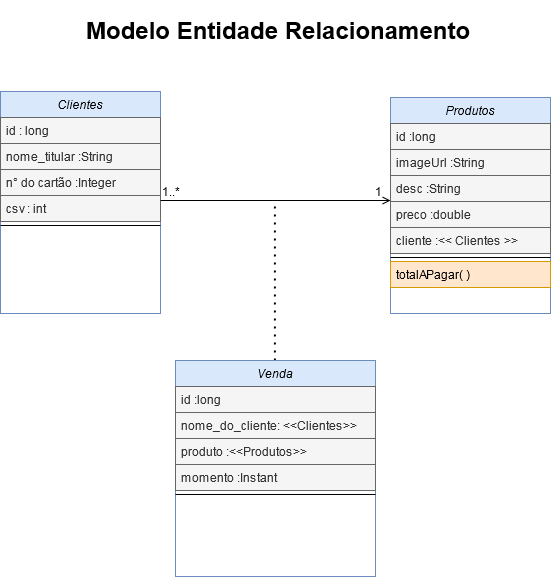
This is arquitetura e projeto/arquitetura/MER/diagrama de classes uml.png from Leozin89python/store-engine-project, a draw.io export, as it was before one commit. Source tidied: cells renumbered, new cells last; positions are measured from the earlier drawing's top-left corner, leaving out a move shared by most shapes. Source of this version:
```xml
<mxGraphModel>
  <root>
    <mxCell id="0" />
    <mxCell id="1" parent="0" />
    <mxCell id="2" value="Clientes" style="swimlane;fontStyle=2;align=center;verticalAlign=top;horizontal=1;startSize=26;rounded=0;shadow=0;strokeWidth=1;fillColor=#dae8fc;strokeColor=#6c8ebf;" parent="1" vertex="1">
      <mxGeometry y="211" width="160" height="222" as="geometry" />
    </mxCell>
    <mxCell id="3" value="id : long" style="text;align=left;verticalAlign=top;spacingLeft=4;spacingRight=4;overflow=hidden;fillColor=#f5f5f5;strokeColor=#666666;fontColor=#333333;" parent="2" vertex="1">
      <mxGeometry y="26" width="160" height="26" as="geometry" />
    </mxCell>
    <mxCell id="4" value="nome_titular :String" style="text;align=left;verticalAlign=top;spacingLeft=4;spacingRight=4;overflow=hidden;rounded=0;shadow=0;html=0;fillColor=#f5f5f5;strokeColor=#666666;fontColor=#333333;" parent="2" vertex="1">
      <mxGeometry y="52" width="160" height="26" as="geometry" />
    </mxCell>
    <mxCell id="5" value="n° do cartão :Integer" style="text;align=left;verticalAlign=top;spacingLeft=4;spacingRight=4;overflow=hidden;rounded=0;shadow=0;html=0;fillColor=#f5f5f5;strokeColor=#666666;fontColor=#333333;" parent="2" vertex="1">
      <mxGeometry y="78" width="160" height="26" as="geometry" />
    </mxCell>
    <mxCell id="6" value="csv : int" style="text;align=left;verticalAlign=top;spacingLeft=4;spacingRight=4;overflow=hidden;rounded=0;shadow=0;html=0;fillColor=#f5f5f5;strokeColor=#666666;fontColor=#333333;" parent="2" vertex="1">
      <mxGeometry y="104" width="160" height="26" as="geometry" />
    </mxCell>
    <mxCell id="7" style="line;html=1;strokeWidth=1;align=left;verticalAlign=middle;spacingTop=-1;spacingLeft=3;spacingRight=3;labelPosition=right;" parent="2" vertex="1">
      <mxGeometry y="130" width="160" height="8" as="geometry" />
    </mxCell>
    <mxCell id="8" value="Produtos" style="swimlane;fontStyle=2;align=center;verticalAlign=top;horizontal=1;startSize=26;rounded=0;shadow=0;strokeWidth=1;fillColor=#dae8fc;strokeColor=#6c8ebf;" parent="1" vertex="1">
      <mxGeometry x="390" y="217" width="160" height="216" as="geometry" />
    </mxCell>
    <mxCell id="9" value="id :long" style="text;align=left;verticalAlign=top;spacingLeft=4;spacingRight=4;overflow=hidden;fillColor=#f5f5f5;strokeColor=#666666;fontColor=#333333;" parent="8" vertex="1">
      <mxGeometry y="26" width="160" height="26" as="geometry" />
    </mxCell>
    <mxCell id="10" value="imageUrl :String" style="text;align=left;verticalAlign=top;spacingLeft=4;spacingRight=4;overflow=hidden;rounded=0;shadow=0;html=0;fillColor=#f5f5f5;strokeColor=#666666;fontColor=#333333;" parent="8" vertex="1">
      <mxGeometry y="52" width="160" height="26" as="geometry" />
    </mxCell>
    <mxCell id="11" value="desc :String" style="text;align=left;verticalAlign=top;spacingLeft=4;spacingRight=4;overflow=hidden;rounded=0;shadow=0;html=0;fillColor=#f5f5f5;strokeColor=#666666;fontColor=#333333;" parent="8" vertex="1">
      <mxGeometry y="78" width="160" height="26" as="geometry" />
    </mxCell>
    <mxCell id="12" value="preco :double" style="text;align=left;verticalAlign=top;spacingLeft=4;spacingRight=4;overflow=hidden;rounded=0;shadow=0;html=0;fillColor=#f5f5f5;strokeColor=#666666;fontColor=#333333;" parent="8" vertex="1">
      <mxGeometry y="104" width="160" height="26" as="geometry" />
    </mxCell>
    <mxCell id="13" value="cliente :&lt;&lt; Clientes &gt;&gt;" style="text;align=left;verticalAlign=top;spacingLeft=4;spacingRight=4;overflow=hidden;rounded=0;shadow=0;html=0;fillColor=#f5f5f5;strokeColor=#666666;fontColor=#333333;" parent="8" vertex="1">
      <mxGeometry y="130" width="160" height="26" as="geometry" />
    </mxCell>
    <mxCell id="14" style="line;html=1;strokeWidth=1;align=left;verticalAlign=middle;spacingTop=-1;spacingLeft=3;spacingRight=3;labelPosition=right;" parent="8" vertex="1">
      <mxGeometry y="156" width="160" height="8" as="geometry" />
    </mxCell>
    <mxCell id="15" value="totalAPagar( )" style="text;align=left;verticalAlign=top;spacingLeft=4;spacingRight=4;overflow=hidden;fillColor=#ffe6cc;strokeColor=#d79b00;" parent="8" vertex="1">
      <mxGeometry y="164" width="160" height="26" as="geometry" />
    </mxCell>
    <mxCell id="16" style="endArrow=open;shadow=0;strokeWidth=1;rounded=0;endFill=1;edgeStyle=elbowEdgeStyle;elbow=vertical;" parent="1" edge="1" source="2" target="8">
      <mxGeometry x="0.5" y="41" relative="1" as="geometry">
        <Array as="points">
          <mxPoint x="251" y="320" />
          <mxPoint x="471" y="160" />
          <mxPoint x="501" />
          <mxPoint x="441" />
          <mxPoint x="251" y="72" />
        </Array>
        <mxPoint x="-40" y="32" as="offset" />
      </mxGeometry>
    </mxCell>
    <mxCell id="17" value="1..*" style="align=left;verticalAlign=bottom;labelBackgroundColor=none;fontSize=12;" parent="16" vertex="1">
      <mxGeometry x="-1" relative="1" as="geometry" />
    </mxCell>
    <mxCell id="18" value="1" style="align=right;verticalAlign=bottom;labelBackgroundColor=none;fontSize=12;" parent="16" vertex="1">
      <mxGeometry x="1" relative="1" as="geometry">
        <mxPoint x="-7" as="offset" />
      </mxGeometry>
    </mxCell>
    <mxCell id="19" style="endArrow=none;dashed=1;html=1;dashPattern=1 3;strokeWidth=2;" parent="1" edge="1">
      <mxGeometry relative="1" as="geometry">
        <mxPoint x="274.4" y="480" as="sourcePoint" />
        <mxPoint x="274.4" y="323" as="targetPoint" />
      </mxGeometry>
    </mxCell>
    <mxCell id="20" value="&lt;h1&gt;Modelo Entidade Relacionamento&lt;/h1&gt;" style="text;html=1;strokeColor=none;fillColor=none;spacing=5;spacingTop=-20;whiteSpace=wrap;overflow=hidden;rounded=0;" parent="1" vertex="1">
      <mxGeometry x="81" y="130" width="450" height="60" as="geometry" />
    </mxCell>
    <mxCell id="21" value="Venda" style="swimlane;fontStyle=2;align=center;verticalAlign=top;horizontal=1;startSize=26;rounded=0;shadow=0;strokeWidth=1;fillColor=#dae8fc;strokeColor=#6c8ebf;" parent="1" vertex="1">
      <mxGeometry x="175" y="480" width="200" height="216" as="geometry" />
    </mxCell>
    <mxCell id="22" value="id :long" style="text;align=left;verticalAlign=top;spacingLeft=4;spacingRight=4;overflow=hidden;fillColor=#f5f5f5;strokeColor=#666666;fontColor=#333333;" parent="21" vertex="1">
      <mxGeometry y="26" width="200" height="26" as="geometry" />
    </mxCell>
    <mxCell id="23" value="nome_do_cliente: &lt;&lt;Clientes&gt;&gt;" style="text;align=left;verticalAlign=top;spacingLeft=4;spacingRight=4;overflow=hidden;rounded=0;shadow=0;html=0;fillColor=#f5f5f5;strokeColor=#666666;fontColor=#333333;" parent="21" vertex="1">
      <mxGeometry y="52" width="200" height="26" as="geometry" />
    </mxCell>
    <mxCell id="24" value="produto :&lt;&lt;Produtos&gt;&gt;" style="text;align=left;verticalAlign=top;spacingLeft=4;spacingRight=4;overflow=hidden;rounded=0;shadow=0;html=0;fillColor=#f5f5f5;strokeColor=#666666;fontColor=#333333;" parent="21" vertex="1">
      <mxGeometry y="78" width="200" height="26" as="geometry" />
    </mxCell>
    <mxCell id="25" value="momento :Instant" style="text;align=left;verticalAlign=top;spacingLeft=4;spacingRight=4;overflow=hidden;rounded=0;shadow=0;html=0;fillColor=#f5f5f5;strokeColor=#666666;fontColor=#333333;" parent="21" vertex="1">
      <mxGeometry y="104" width="200" height="26" as="geometry" />
    </mxCell>
    <mxCell id="26" style="line;html=1;strokeWidth=1;align=left;verticalAlign=middle;spacingTop=-1;spacingLeft=3;spacingRight=3;labelPosition=right;" parent="21" vertex="1">
      <mxGeometry y="130" width="200" height="8" as="geometry" />
    </mxCell>
  </root>
</mxGraphModel>
```
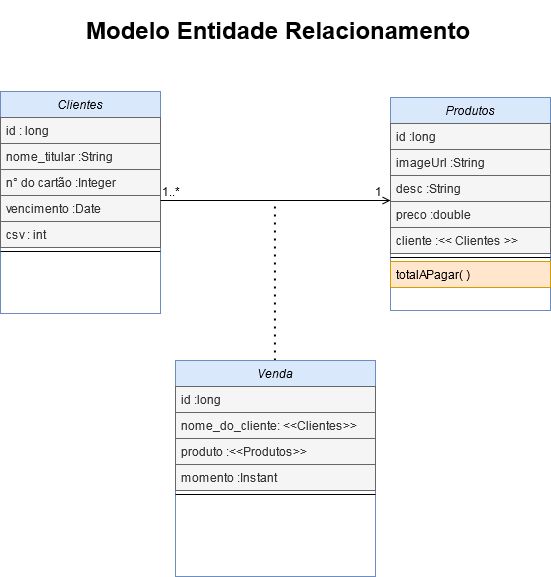
After the change.

Change to the diagram source:
```diff
@@ -14,14 +14,17 @@
     <mxCell id="5" value="n° do cartão :Integer" style="text;align=left;verticalAlign=top;spacingLeft=4;spacingRight=4;overflow=hidden;rounded=0;shadow=0;html=0;fillColor=#f5f5f5;strokeColor=#666666;fontColor=#333333;" parent="2" vertex="1">
       <mxGeometry y="78" width="160" height="26" as="geometry" />
     </mxCell>
+    <mxCell id="27" value="vencimento :Date" style="text;align=left;verticalAlign=top;spacingLeft=4;spacingRight=4;overflow=hidden;rounded=0;shadow=0;html=0;fillColor=#f5f5f5;strokeColor=#666666;fontColor=#333333;" parent="2" vertex="1">
+      <mxGeometry y="104" width="160" height="26" as="geometry" />
+    </mxCell>
     <mxCell id="6" value="csv : int" style="text;align=left;verticalAlign=top;spacingLeft=4;spacingRight=4;overflow=hidden;rounded=0;shadow=0;html=0;fillColor=#f5f5f5;strokeColor=#666666;fontColor=#333333;" parent="2" vertex="1">
-      <mxGeometry y="104" width="160" height="26" as="geometry" />
+      <mxGeometry y="130" width="160" height="26" as="geometry" />
     </mxCell>
     <mxCell id="7" style="line;html=1;strokeWidth=1;align=left;verticalAlign=middle;spacingTop=-1;spacingLeft=3;spacingRight=3;labelPosition=right;" parent="2" vertex="1">
-      <mxGeometry y="130" width="160" height="8" as="geometry" />
+      <mxGeometry y="156" width="160" height="8" as="geometry" />
     </mxCell>
     <mxCell id="8" value="Produtos" style="swimlane;fontStyle=2;align=center;verticalAlign=top;horizontal=1;startSize=26;rounded=0;shadow=0;strokeWidth=1;fillColor=#dae8fc;strokeColor=#6c8ebf;" parent="1" vertex="1">
-      <mxGeometry x="390" y="217" width="160" height="216" as="geometry" />
+      <mxGeometry x="390" y="217" width="160" height="213" as="geometry" />
     </mxCell>
     <mxCell id="9" value="id :long" style="text;align=left;verticalAlign=top;spacingLeft=4;spacingRight=4;overflow=hidden;fillColor=#f5f5f5;strokeColor=#666666;fontColor=#333333;" parent="8" vertex="1">
       <mxGeometry y="26" width="160" height="26" as="geometry" />
```
